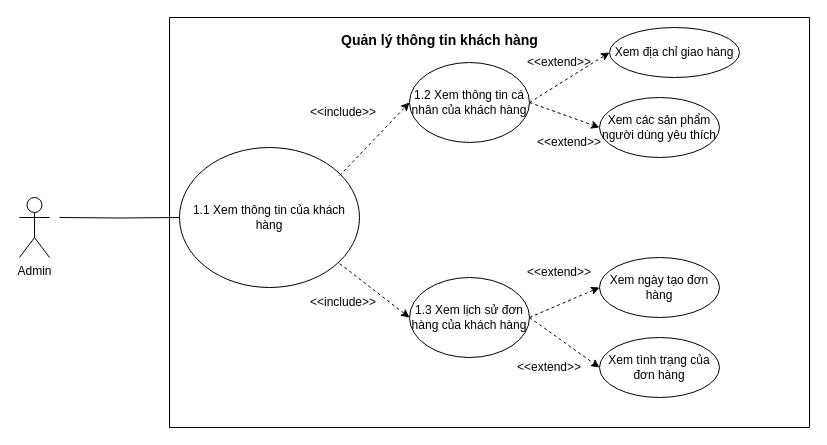
The draw.io diagram page "Use case quản lý khách hàng" (16 of 21) of Diagram for assign.drawio in khanh8603/khanh8603, before the edit. Source tidied: cells renumbered, new cells numbered last; positions are measured from the earlier drawing's top-left corner, leaving out a move shared by most shapes. Both pictures are drawn from the tidied source at 100%, with x=0, y=0 at pixel (19, 17).
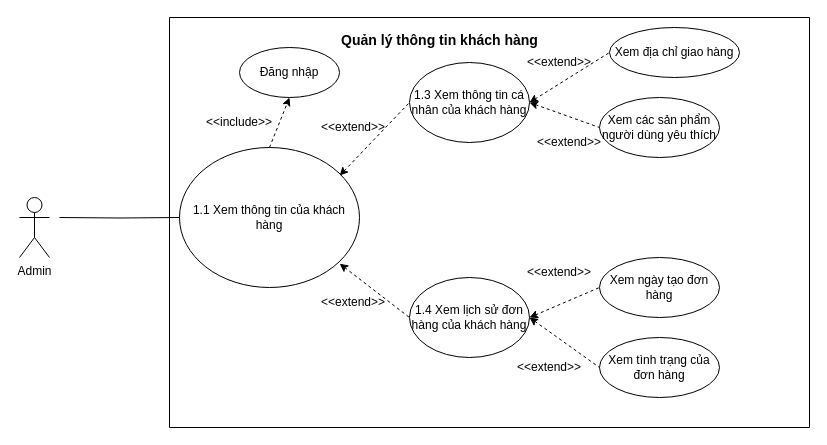
After the change.

Unchanged cells that the change refers to:
```xml
<mxCell id="3" style="swimlane;startSize=0;" parent="1" vertex="1">
  <mxGeometry x="150" width="640" height="410" as="geometry" />
</mxCell>
<mxCell id="5" value="1.1 Xem thông tin của khách hàng" style="ellipse;whiteSpace=wrap;html=1;points=[[0,0.5,0,0,0],[0.09,0.2,0,0,0],[0.11,0.81,0,0,0],[0.5,0,0,0,0],[0.5,1,0,0,0],[0.89,0.2,0,0,0],[0.89,0.83,0,0,0],[1,0.5,0,0,0]];" parent="3" vertex="1">
  <mxGeometry x="10" y="130" width="180" height="140" as="geometry" />
</mxCell>
<mxCell id="13" value="Xem địa chỉ giao hàng" style="ellipse;whiteSpace=wrap;html=1;" parent="3" vertex="1">
  <mxGeometry x="440" y="10" width="130" height="50" as="geometry" />
</mxCell>
<mxCell id="14" value="Xem các sản phẩm người dùng yêu thích" style="ellipse;whiteSpace=wrap;html=1;" parent="3" vertex="1">
  <mxGeometry x="430" y="80" width="120" height="60" as="geometry" />
</mxCell>
<mxCell id="18" value="Xem tình trạng của đơn hàng" style="ellipse;whiteSpace=wrap;html=1;" parent="3" vertex="1">
  <mxGeometry x="430" y="320" width="120" height="60" as="geometry" />
</mxCell>
<mxCell id="19" value="Xem ngày tạo đơn hàng" style="ellipse;whiteSpace=wrap;html=1;" parent="3" vertex="1">
  <mxGeometry x="430" y="240" width="120" height="60" as="geometry" />
</mxCell>
```

The edit, as a diff of the source:
```diff
@@
-    <mxCell id="4" style="rounded=0;jettySize=auto;html=1;exitX=0.89;exitY=0.83;exitDx=0;exitDy=0;exitPerimeter=0;entryX=0;entryY=0.5;entryDx=0;entryDy=0;dashed=1;" parent="3" edge="1" source="5" target="10">
+    <mxCell id="4" style="rounded=0;jettySize=auto;html=1;exitX=0.89;exitY=0.83;exitDx=0;exitDy=0;exitPerimeter=0;entryX=0;entryY=0.5;entryDx=0;entryDy=0;dashed=1;startArrow=classic;startFill=1;endArrow=none;endFill=0;" parent="3" edge="1" source="5" target="10">
       <mxGeometry relative="1" as="geometry" />
     </mxCell>
@@
-    <mxCell id="6" style="rounded=0;jettySize=auto;html=1;exitX=0.89;exitY=0.2;exitDx=0;exitDy=0;exitPerimeter=0;entryX=0;entryY=0.5;entryDx=0;entryDy=0;dashed=1;" parent="3" edge="1" source="5" target="8">
+    <mxCell id="6" style="rounded=0;jettySize=auto;html=1;exitX=0.89;exitY=0.2;exitDx=0;exitDy=0;exitPerimeter=0;entryX=0;entryY=0.5;entryDx=0;entryDy=0;dashed=1;startArrow=classic;startFill=1;endArrow=none;endFill=0;" parent="3" edge="1" source="5" target="8">
       <mxGeometry relative="1" as="geometry" />
     </mxCell>
-    <mxCell id="7" style="rounded=0;jettySize=auto;html=1;exitX=1;exitY=0.5;exitDx=0;exitDy=0;entryX=0;entryY=0.5;entryDx=0;entryDy=0;dashed=1;" parent="3" edge="1" source="8" target="13">
+    <mxCell id="7" style="rounded=0;jettySize=auto;html=1;exitX=1;exitY=0.5;exitDx=0;exitDy=0;entryX=0;entryY=0.5;entryDx=0;entryDy=0;dashed=1;startArrow=classic;startFill=1;endArrow=none;endFill=0;" parent="3" edge="1" source="8" target="13">
       <mxGeometry relative="1" as="geometry" />
     </mxCell>
-    <mxCell id="8" value="1.2 Xem thông tin cá nhân của khách hàng" style="ellipse;whiteSpace=wrap;html=1;" parent="3" vertex="1">
+    <mxCell id="8" value="1.3 Xem thông tin cá nhân của khách hàng" style="ellipse;whiteSpace=wrap;html=1;" parent="3" vertex="1">
       <mxGeometry x="240" y="45" width="120" height="80" as="geometry" />
     </mxCell>
-    <mxCell id="9" style="rounded=0;jettySize=auto;html=1;exitX=1;exitY=0.5;exitDx=0;exitDy=0;entryX=0;entryY=0.5;entryDx=0;entryDy=0;dashed=1;" parent="3" edge="1" source="10" target="19">
+    <mxCell id="9" style="rounded=0;jettySize=auto;html=1;exitX=1;exitY=0.5;exitDx=0;exitDy=0;entryX=0;entryY=0.5;entryDx=0;entryDy=0;dashed=1;startArrow=classic;startFill=1;endArrow=none;endFill=0;" parent="3" edge="1" source="10" target="19">
       <mxGeometry relative="1" as="geometry" />
     </mxCell>
-    <mxCell id="10" value="1.3 Xem lịch sử đơn hàng của khách hàng" style="ellipse;whiteSpace=wrap;html=1;" parent="3" vertex="1">
+    <mxCell id="10" value="1.4 Xem lịch sử đơn hàng của khách hàng" style="ellipse;whiteSpace=wrap;html=1;" parent="3" vertex="1">
       <mxGeometry x="240" y="260" width="120" height="80" as="geometry" />
     </mxCell>
     <mxCell id="11" value="&amp;lt;&amp;lt;include&amp;gt;&amp;gt;" style="text;html=1;align=center;verticalAlign=middle;whiteSpace=wrap;rounded=0;" parent="3" vertex="1">
-      <mxGeometry x="144" y="80" width="60" height="30" as="geometry" />
+      <mxGeometry x="40" y="90" width="60" height="30" as="geometry" />
     </mxCell>
-    <mxCell id="12" value="&amp;lt;&amp;lt;include&amp;gt;&amp;gt;" style="text;html=1;align=center;verticalAlign=middle;whiteSpace=wrap;rounded=0;" parent="3" vertex="1">
-      <mxGeometry x="144" y="270" width="60" height="30" as="geometry" />
-    </mxCell>
@@
-    <mxCell id="15" style="rounded=0;jettySize=auto;html=1;exitX=1;exitY=0.5;exitDx=0;exitDy=0;entryX=0;entryY=0.5;entryDx=0;entryDy=0;dashed=1;" parent="3" edge="1" source="8" target="14">
+    <mxCell id="15" style="rounded=0;jettySize=auto;html=1;exitX=1;exitY=0.5;exitDx=0;exitDy=0;entryX=0;entryY=0.5;entryDx=0;entryDy=0;dashed=1;startArrow=classic;startFill=1;endArrow=none;endFill=0;" parent="3" edge="1" source="8" target="14">
       <mxGeometry relative="1" as="geometry" />
     </mxCell>
@@
-    <mxCell id="20" style="rounded=0;jettySize=auto;html=1;exitX=1;exitY=0.5;exitDx=0;exitDy=0;entryX=0;entryY=0.5;entryDx=0;entryDy=0;dashed=1;" parent="3" edge="1" source="10" target="18">
+    <mxCell id="20" style="rounded=0;jettySize=auto;html=1;exitX=1;exitY=0.5;exitDx=0;exitDy=0;entryX=0;entryY=0.5;entryDx=0;entryDy=0;dashed=1;endArrow=none;endFill=0;startArrow=classic;startFill=1;" parent="3" edge="1" source="10" target="18">
       <mxGeometry relative="1" as="geometry" />
     </mxCell>
@@
+    <mxCell id="25" value="&amp;lt;&amp;lt;extend&amp;gt;&amp;gt;" style="text;html=1;align=center;verticalAlign=middle;whiteSpace=wrap;rounded=0;" parent="3" vertex="1">
+      <mxGeometry x="154" y="270" width="60" height="30" as="geometry" />
+    </mxCell>
+    <mxCell id="26" value="&amp;lt;&amp;lt;extend&amp;gt;&amp;gt;" style="text;html=1;align=center;verticalAlign=middle;whiteSpace=wrap;rounded=0;" parent="3" vertex="1">
+      <mxGeometry x="154" y="95" width="60" height="30" as="geometry" />
+    </mxCell>
+    <mxCell id="27" style="endArrow=classic;dashed=1;html=1;rounded=0;exitX=0.5;exitY=0;exitDx=0;exitDy=0;exitPerimeter=0;entryX=0.5;entryY=1;entryDx=0;entryDy=0;endFill=1;" parent="3" edge="1" source="5" target="28">
+      <mxGeometry relative="1" as="geometry" />
+    </mxCell>
+    <mxCell id="28" value="Đăng nhập" style="ellipse;whiteSpace=wrap;html=1;" parent="3" vertex="1">
+      <mxGeometry x="70" y="30" width="100" height="50" as="geometry" />
+    </mxCell>
```
